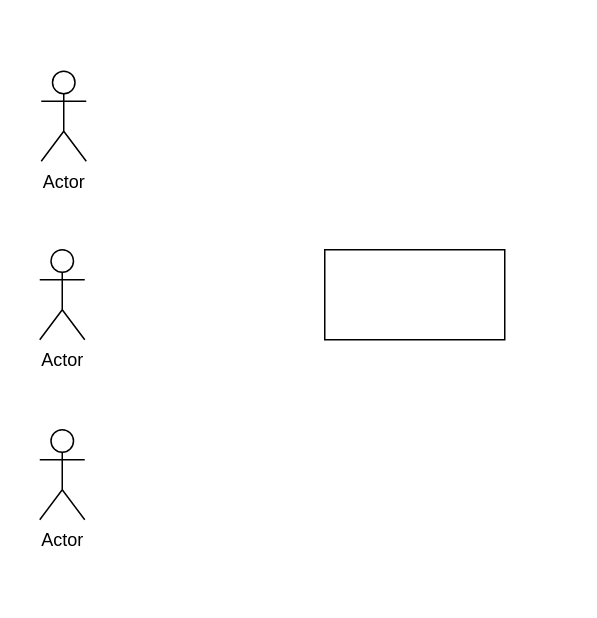
Before: robasutoronesu_01.drawio in mameiku/G3-4, a draw.io diagram. Source tidied: cells renumbered, new cells numbered last; positions are measured from the earlier drawing's top-left corner, leaving out a move shared by most shapes. Both pictures are drawn from the tidied source at 150%, with x=0, y=0 at pixel (39, 70).
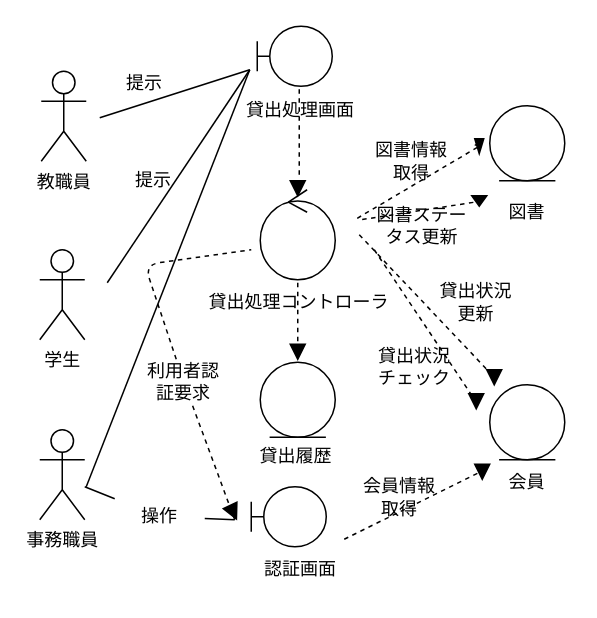
The same diagram, later.

The edit, as a diff of the source:
```diff
@@
-    <mxCell id="2" style="rounded=0;whiteSpace=wrap;html=1;" parent="1" vertex="1">
-      <mxGeometry x="190" y="119" width="120" height="60" as="geometry" />
-    </mxCell>
-    <mxCell id="3" value="Actor" style="shape=umlActor;verticalLabelPosition=bottom;verticalAlign=top;html=1;" parent="1" vertex="1">
+    <mxCell id="3" value="事務職員" style="shape=umlActor;verticalLabelPosition=bottom;verticalAlign=top;html=1;" parent="1" vertex="1">
       <mxGeometry y="239" width="30" height="60" as="geometry" />
     </mxCell>
-    <mxCell id="4" value="Actor" style="shape=umlActor;verticalLabelPosition=bottom;verticalAlign=top;html=1;" parent="1" vertex="1">
+    <mxCell id="4" value="学生" style="shape=umlActor;verticalLabelPosition=bottom;verticalAlign=top;html=1;" parent="1" vertex="1">
       <mxGeometry y="119" width="30" height="60" as="geometry" />
     </mxCell>
-    <mxCell id="5" value="Actor" style="shape=umlActor;verticalLabelPosition=bottom;verticalAlign=top;html=1;" parent="1" vertex="1">
+    <mxCell id="5" value="教職員" style="shape=umlActor;verticalLabelPosition=bottom;verticalAlign=top;html=1;" parent="1" vertex="1">
       <mxGeometry x="1" width="30" height="60" as="geometry" />
     </mxCell>
+    <mxCell id="6" style="shape=umlBoundary;whiteSpace=wrap;html=1;" parent="1" vertex="1">
+      <mxGeometry x="145" y="-30" width="50" height="40" as="geometry" />
+    </mxCell>
+    <mxCell id="7" value="貸出処理画面" style="text;html=1;align=center;verticalAlign=middle;whiteSpace=wrap;rounded=0;" parent="1" vertex="1">
+      <mxGeometry x="134" y="20" width="80" height="11" as="geometry" />
+    </mxCell>
+    <mxCell id="8" style="ellipse;shape=umlControl;whiteSpace=wrap;html=1;" parent="1" vertex="1">
+      <mxGeometry x="147" y="79" width="50" height="60" as="geometry" />
+    </mxCell>
+    <mxCell id="9" style="endArrow=none;dashed=1;html=1;" parent="1" edge="1">
+      <mxGeometry relative="1" as="geometry">
+        <mxPoint x="173" y="69" as="sourcePoint" />
+        <mxPoint x="173" y="9" as="targetPoint" />
+      </mxGeometry>
+    </mxCell>
+    <mxCell id="10" style="triangle;whiteSpace=wrap;html=1;rotation=90;fillColor=#000000;" parent="1" vertex="1">
+      <mxGeometry x="167" y="73" width="10" height="10" as="geometry" />
+    </mxCell>
+    <mxCell id="11" value="貸出処理コントローラ" style="text;html=1;align=center;verticalAlign=middle;whiteSpace=wrap;rounded=0;" parent="1" vertex="1">
+      <mxGeometry x="100" y="139" width="146" height="30" as="geometry" />
+    </mxCell>
+    <mxCell id="12" style="endArrow=none;dashed=1;html=1;" parent="1" edge="1">
+      <mxGeometry relative="1" as="geometry">
+        <mxPoint x="172" y="180" as="sourcePoint" />
+        <mxPoint x="172" y="141" as="targetPoint" />
+      </mxGeometry>
+    </mxCell>
+    <mxCell id="13" style="triangle;whiteSpace=wrap;html=1;rotation=90;fillColor=#000000;" parent="1" vertex="1">
+      <mxGeometry x="167" y="182" width="10" height="10" as="geometry" />
+    </mxCell>
+    <mxCell id="14" style="ellipse;shape=umlEntity;whiteSpace=wrap;html=1;" parent="1" vertex="1">
+      <mxGeometry x="147" y="194" width="50" height="50" as="geometry" />
+    </mxCell>
+    <mxCell id="15" value="貸出履歴" style="text;html=1;align=center;verticalAlign=middle;whiteSpace=wrap;rounded=0;" parent="1" vertex="1">
+      <mxGeometry x="141" y="242" width="60" height="30" as="geometry" />
+    </mxCell>
+    <mxCell id="16" style="endArrow=none;html=1;" parent="1" edge="1">
+      <mxGeometry relative="1" as="geometry">
+        <mxPoint x="40" y="31" as="sourcePoint" />
+        <mxPoint x="140" y="-1" as="targetPoint" />
+      </mxGeometry>
+    </mxCell>
+    <mxCell id="17" style="endArrow=none;html=1;" parent="1" edge="1">
+      <mxGeometry relative="1" as="geometry">
+        <mxPoint x="45" y="141" as="sourcePoint" />
+        <mxPoint x="140" y="-1" as="targetPoint" />
+      </mxGeometry>
+    </mxCell>
+    <mxCell id="18" style="endArrow=none;html=1;" parent="1" edge="1">
+      <mxGeometry relative="1" as="geometry">
+        <mxPoint x="31" y="277" as="sourcePoint" />
+        <mxPoint x="140" y="-1" as="targetPoint" />
+      </mxGeometry>
+    </mxCell>
+    <mxCell id="19" style="shape=umlBoundary;whiteSpace=wrap;html=1;" parent="1" vertex="1">
+      <mxGeometry x="141" y="277" width="50" height="40" as="geometry" />
+    </mxCell>
+    <mxCell id="20" value="認証画面" style="text;html=1;align=center;verticalAlign=middle;whiteSpace=wrap;rounded=0;" parent="1" vertex="1">
+      <mxGeometry x="101" y="317" width="146" height="30" as="geometry" />
+    </mxCell>
+    <mxCell id="21" style="endArrow=none;html=1;" parent="1" edge="1" source="36">
+      <mxGeometry relative="1" as="geometry">
+        <mxPoint x="130" y="299" as="targetPoint" />
+      </mxGeometry>
+    </mxCell>
+    <mxCell id="22" style="endArrow=none;dashed=1;html=1;" parent="1" edge="1" source="34">
+      <mxGeometry relative="1" as="geometry">
+        <mxPoint x="141" y="119" as="targetPoint" />
+        <Array as="points">
+          <mxPoint x="70" y="129" />
+        </Array>
+      </mxGeometry>
+    </mxCell>
+    <mxCell id="23" style="triangle;whiteSpace=wrap;html=1;rotation=65;fillColor=#000000;" parent="1" vertex="1">
+      <mxGeometry x="124" y="289" width="10" height="10" as="geometry" />
+    </mxCell>
+    <mxCell id="24" style="ellipse;shape=umlEntity;whiteSpace=wrap;html=1;" parent="1" vertex="1">
+      <mxGeometry x="300" y="23" width="50" height="50" as="geometry" />
+    </mxCell>
+    <mxCell id="25" style="ellipse;shape=umlEntity;whiteSpace=wrap;html=1;" parent="1" vertex="1">
+      <mxGeometry x="300" y="209" width="50" height="50" as="geometry" />
+    </mxCell>
+    <mxCell id="26" value="図書" style="text;html=1;align=center;verticalAlign=middle;whiteSpace=wrap;rounded=0;" parent="1" vertex="1">
+      <mxGeometry x="295" y="79" width="60" height="30" as="geometry" />
+    </mxCell>
+    <mxCell id="27" value="会員" style="text;html=1;align=center;verticalAlign=middle;whiteSpace=wrap;rounded=0;" parent="1" vertex="1">
+      <mxGeometry x="295" y="259" width="60" height="30" as="geometry" />
+    </mxCell>
+    <mxCell id="28" style="endArrow=none;dashed=1;html=1;" parent="1" edge="1" source="42">
+      <mxGeometry relative="1" as="geometry">
+        <mxPoint x="210" y="99" as="targetPoint" />
+      </mxGeometry>
+    </mxCell>
+    <mxCell id="29" style="endArrow=none;dashed=1;html=1;exitX=0;exitY=0.25;exitDx=0;exitDy=0;" parent="1" edge="1" source="26">
+      <mxGeometry relative="1" as="geometry">
+        <mxPoint x="214" y="99" as="targetPoint" />
+      </mxGeometry>
+    </mxCell>
+    <mxCell id="30" style="endArrow=none;dashed=1;html=1;entryX=0;entryY=0.25;entryDx=0;entryDy=0;" parent="1" edge="1" target="27">
+      <mxGeometry relative="1" as="geometry">
+        <mxPoint x="203" y="312" as="sourcePoint" />
+      </mxGeometry>
+    </mxCell>
+    <mxCell id="31" style="endArrow=none;dashed=1;html=1;" parent="1" edge="1" source="46">
+      <mxGeometry relative="1" as="geometry">
+        <mxPoint x="300" y="199" as="targetPoint" />
+      </mxGeometry>
+    </mxCell>
+    <mxCell id="32" style="endArrow=none;dashed=1;html=1;" parent="1" edge="1">
+      <mxGeometry relative="1" as="geometry">
+        <mxPoint x="223" y="119" as="sourcePoint" />
+        <mxPoint x="290" y="219" as="targetPoint" />
+      </mxGeometry>
+    </mxCell>
+    <mxCell id="33" style="endArrow=none;dashed=1;html=1;" parent="1" edge="1" target="34">
+      <mxGeometry relative="1" as="geometry">
+        <mxPoint x="130" y="299" as="sourcePoint" />
+      </mxGeometry>
+    </mxCell>
+    <mxCell id="34" value="利用者認証要求" style="text;html=1;align=center;verticalAlign=middle;whiteSpace=wrap;rounded=0;" parent="1" vertex="1">
+      <mxGeometry x="68" y="192" width="56" height="30" as="geometry" />
+    </mxCell>
+    <mxCell id="35" style="endArrow=none;html=1;" parent="1" edge="1" target="36">
+      <mxGeometry relative="1" as="geometry">
+        <mxPoint x="30" y="277" as="sourcePoint" />
+      </mxGeometry>
+    </mxCell>
+    <mxCell id="36" value="操作" style="text;html=1;align=center;verticalAlign=middle;whiteSpace=wrap;rounded=0;" parent="1" vertex="1">
+      <mxGeometry x="50" y="282" width="60" height="30" as="geometry" />
+    </mxCell>
+    <mxCell id="37" value="提示" style="text;html=1;align=center;verticalAlign=middle;whiteSpace=wrap;rounded=0;" parent="1" vertex="1">
+      <mxGeometry x="40" y="-7" width="60" height="30" as="geometry" />
+    </mxCell>
+    <mxCell id="38" value="提示" style="text;html=1;align=center;verticalAlign=middle;whiteSpace=wrap;rounded=0;" parent="1" vertex="1">
+      <mxGeometry x="46" y="58" width="60" height="30" as="geometry" />
+    </mxCell>
+    <mxCell id="39" value="図書情報取得" style="text;html=1;align=center;verticalAlign=middle;whiteSpace=wrap;rounded=0;" parent="1" vertex="1">
+      <mxGeometry x="218" y="45" width="60" height="30" as="geometry" />
+    </mxCell>
+    <mxCell id="40" value="図書ステータス更新" style="text;html=1;align=center;verticalAlign=middle;whiteSpace=wrap;rounded=0;" parent="1" vertex="1">
+      <mxGeometry x="220" y="88" width="70" height="30" as="geometry" />
+    </mxCell>
+    <mxCell id="41" style="endArrow=none;dashed=1;html=1;" parent="1" edge="1" target="42">
+      <mxGeometry relative="1" as="geometry">
+        <mxPoint x="290" y="49" as="sourcePoint" />
+      </mxGeometry>
+    </mxCell>
+    <mxCell id="42" style="triangle;whiteSpace=wrap;html=1;rotation=90;fillColor=#000000;" parent="1" vertex="1">
+      <mxGeometry x="288" y="47" width="10" height="6" as="geometry" />
+    </mxCell>
+    <mxCell id="43" style="triangle;whiteSpace=wrap;html=1;rotation=90;fillColor=#000000;" parent="1" vertex="1">
+      <mxGeometry x="289.5" y="81.5" width="7" height="10" as="geometry" />
+    </mxCell>
+    <mxCell id="44" style="triangle;whiteSpace=wrap;html=1;rotation=90;fillColor=#000000;" parent="1" vertex="1">
+      <mxGeometry x="286" y="215" width="10" height="10" as="geometry" />
+    </mxCell>
+    <mxCell id="45" style="endArrow=none;dashed=1;html=1;" parent="1" edge="1" target="46">
+      <mxGeometry relative="1" as="geometry">
+        <mxPoint x="213" y="109" as="sourcePoint" />
+      </mxGeometry>
+    </mxCell>
+    <mxCell id="46" style="triangle;whiteSpace=wrap;html=1;rotation=90;fillColor=#000000;" parent="1" vertex="1">
+      <mxGeometry x="298" y="199" width="10" height="10" as="geometry" />
+    </mxCell>
+    <mxCell id="47" style="triangle;whiteSpace=wrap;html=1;rotation=90;fillColor=#000000;" parent="1" vertex="1">
+      <mxGeometry x="290" y="262" width="10" height="10" as="geometry" />
+    </mxCell>
+    <mxCell id="48" value="貸出状況チェック" style="text;html=1;align=center;verticalAlign=middle;whiteSpace=wrap;rounded=0;" parent="1" vertex="1">
+      <mxGeometry x="220" y="182" width="60" height="30" as="geometry" />
+    </mxCell>
+    <mxCell id="49" value="会員情報取得" style="text;html=1;align=center;verticalAlign=middle;whiteSpace=wrap;rounded=0;" parent="1" vertex="1">
+      <mxGeometry x="210" y="269" width="60" height="30" as="geometry" />
+    </mxCell>
+    <mxCell id="50" value="貸出状況更新" style="text;html=1;align=center;verticalAlign=middle;whiteSpace=wrap;rounded=0;" parent="1" vertex="1">
+      <mxGeometry x="261" y="139" width="60" height="30" as="geometry" />
+    </mxCell>
```
